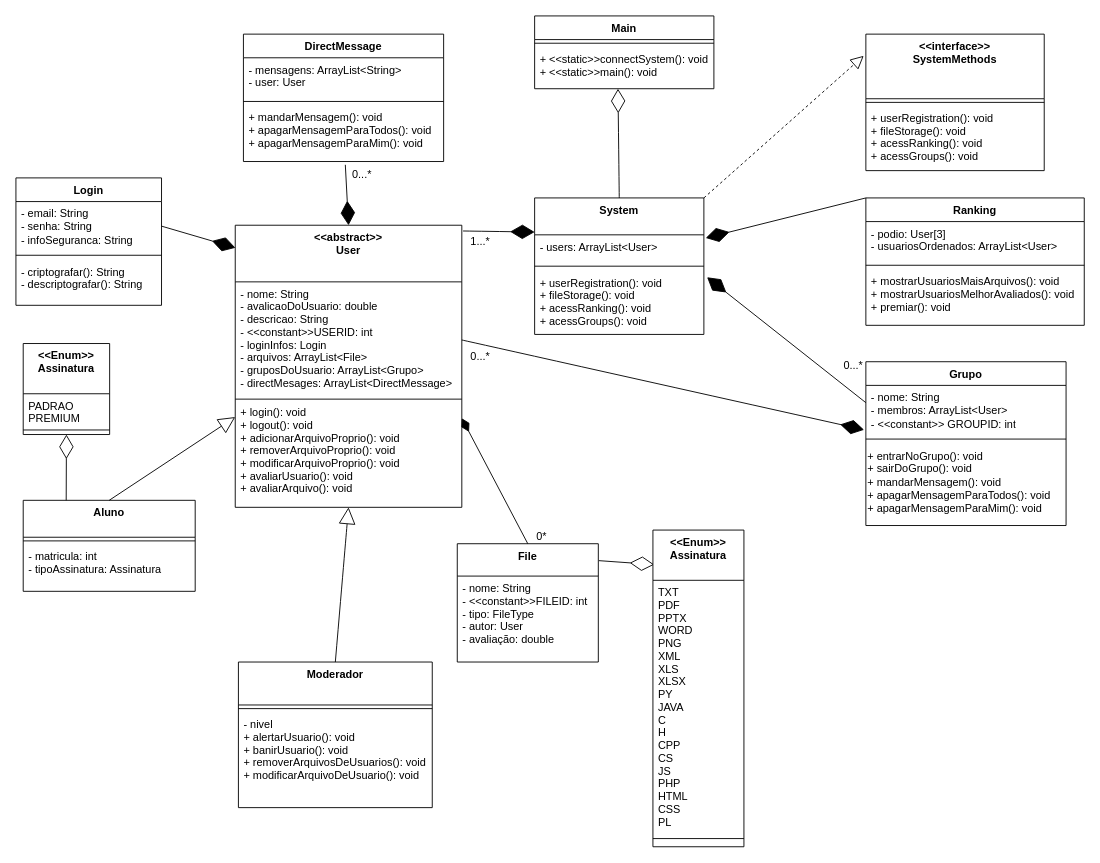
The draw.io diagram planejamento e documentação/UMLs/Diagrama de Classes/Versions/Diagrama de Classes 3.0.drawio in christian-amarildo/UFPA-FileShare-trabalho-final-de-programacao-2, before the edit. Source tidied: cells renumbered, new cells numbered last; positions are measured from the earlier drawing's top-left corner, leaving out a move shared by most shapes. Both pictures are drawn from the tidied source at 91%, with x=0, y=0 at pixel (15, 15).
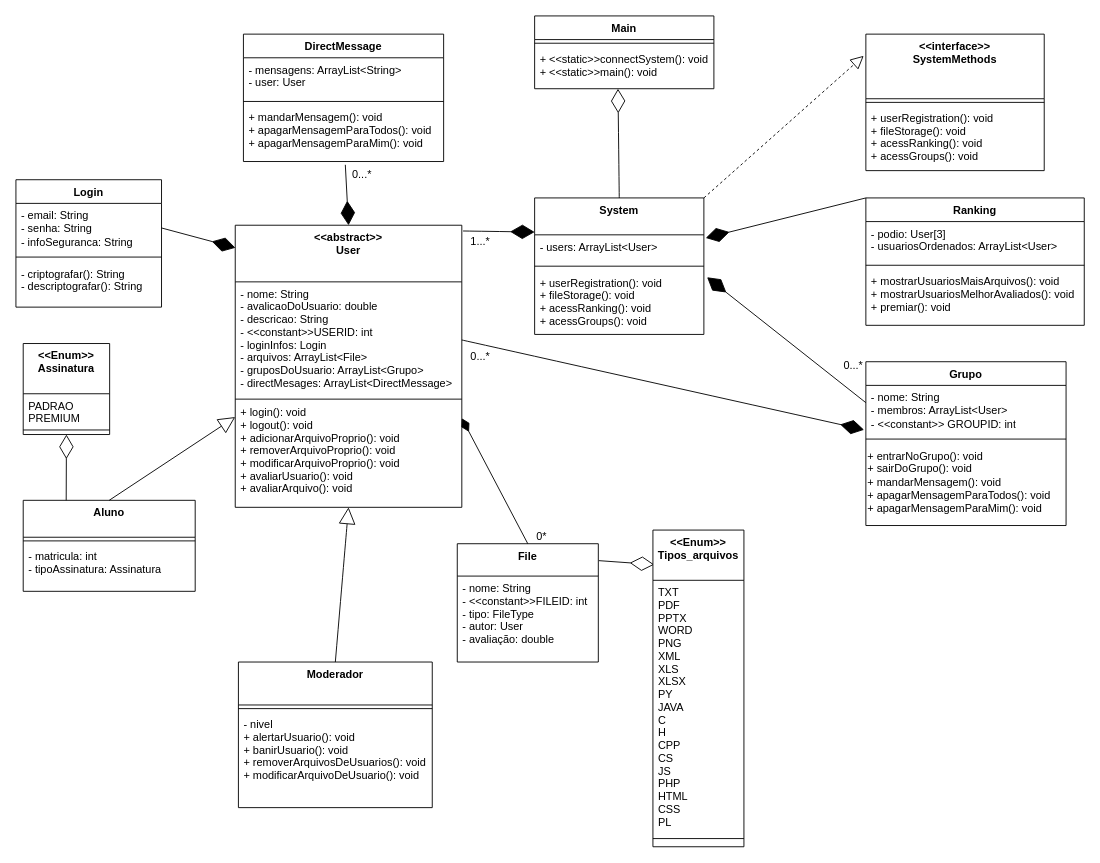
After the change.

What changed in the source:
```diff
@@
     <mxCell id="41" value="Login" style="swimlane;fontStyle=1;align=center;verticalAlign=top;horizontal=1;startSize=26;whiteSpace=wrap;html=1;" parent="1" vertex="1">
-      <mxGeometry y="178" width="160" height="140" as="geometry" />
+      <mxGeometry y="180" width="160" height="140" as="geometry" />
     </mxCell>
@@
-    <mxCell id="46" value="&lt;&lt;Enum&gt;&gt;&#10;Assinatura" style="swimlane;fontStyle=1;align=center;verticalAlign=top;horizontal=1;startSize=55.199999999999996;" parent="1" vertex="1">
+    <mxCell id="46" value="&lt;&lt;Enum&gt;&gt;&#10;Tipos_arquivos" style="swimlane;fontStyle=1;align=center;verticalAlign=top;horizontal=1;startSize=55.199999999999996;" parent="1" vertex="1">
       <mxGeometry x="700" y="565" width="100" height="348" as="geometry" />
     </mxCell>
```
